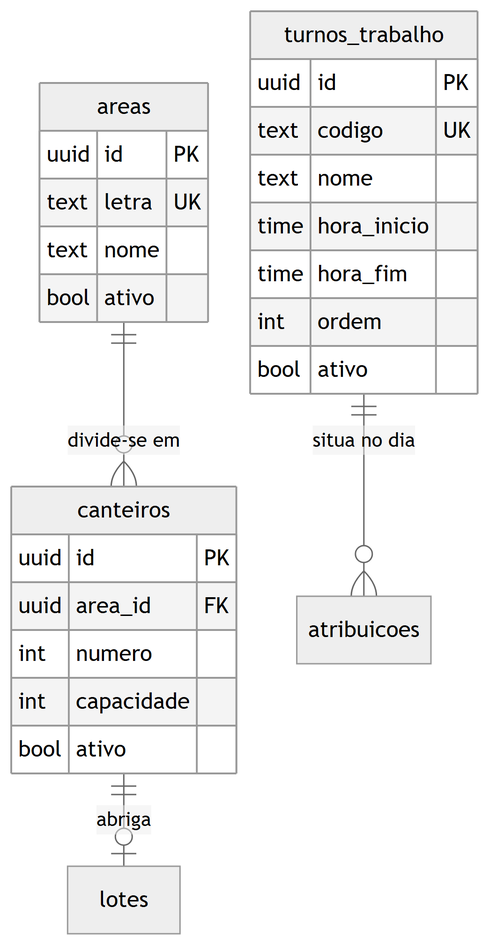
The Mermaid diagram docs/engenharia/modelo-dados-pt/img/fig11-cadastros-viveiro.png in JoaoMudar/tcc, before a commit. Its source is kept beside it as docs/engenharia/modelo-dados-pt/mmd/fig11-cadastros-viveiro.mmd. Its diagram source:
```mermaid
erDiagram
  areas {
    uuid id PK
    text letra UK
    text nome
    bool ativo
  }
  canteiros {
    uuid id PK
    uuid area_id FK
    int numero
    int capacidade
    bool ativo
  }
  turnos_trabalho {
    uuid id PK
    text codigo UK
    text nome
    time hora_inicio
    time hora_fim
    int ordem
    bool ativo
  }
  lotes {
  }
  atribuicoes {
  }

  areas           ||--o{ canteiros    : "divide-se em"
  canteiros       ||--o| lotes        : "abriga"
  turnos_trabalho ||--o{ atribuicoes  : "situa no dia"
```
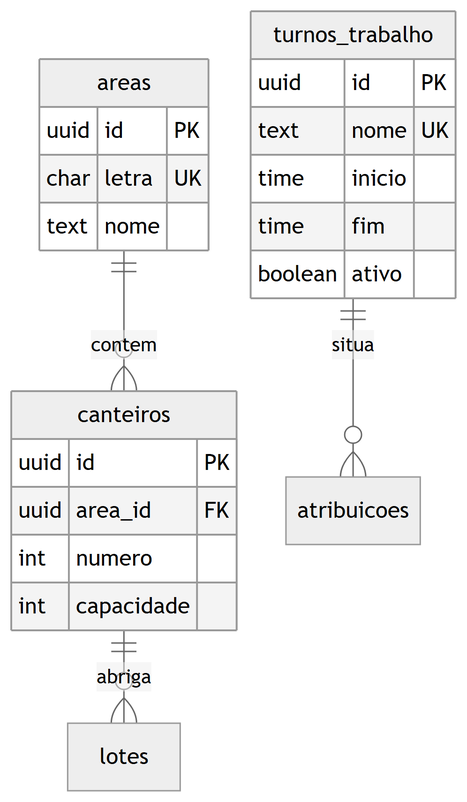
The same diagram one commit later.

Diff of the diagram source:
```diff
@@ -1,31 +1,25 @@
 erDiagram
   areas {
     uuid id PK
-    text letra UK
+    char letra UK
     text nome
-    bool ativo
   }
   canteiros {
     uuid id PK
     uuid area_id FK
-    int numero
-    int capacidade
-    bool ativo
+    int  numero
+    int  capacidade
   }
   turnos_trabalho {
-    uuid id PK
-    text codigo UK
-    text nome
-    time hora_inicio
-    time hora_fim
-    int ordem
-    bool ativo
+    uuid    id PK
+    text    nome UK
+    time    inicio
+    time    fim
+    boolean ativo
   }
-  lotes {
-  }
-  atribuicoes {
-  }
+  lotes {}
+  atribuicoes {}
 
-  areas           ||--o{ canteiros    : "divide-se em"
-  canteiros       ||--o| lotes        : "abriga"
-  turnos_trabalho ||--o{ atribuicoes  : "situa no dia"
+  areas    ||--o{ canteiros   : "contem"
+  canteiros||--o{ lotes       : "abriga"
+  turnos_trabalho ||--o{ atribuicoes : "situa"
```
